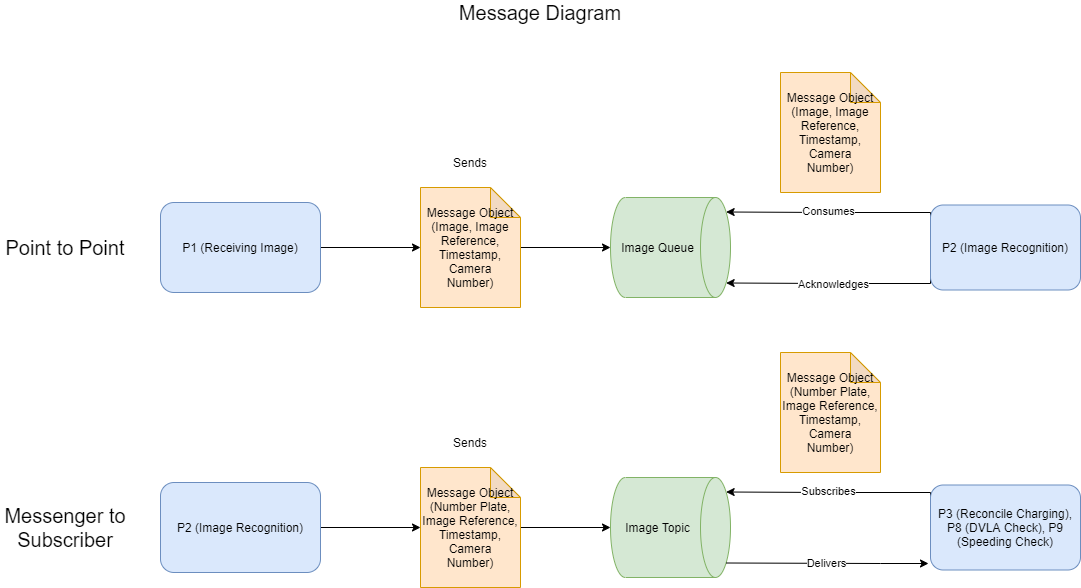
gallenc/solent6Public keeps this draw.io diagram as teamFolders/team2/Documentation/P2 Basic Flow Diagram-Message Diagram.png. Above is the earlier version. Source tidied: cells renumbered, new cells last; positions are measured from the earlier drawing's top-left corner, leaving out a move shared by most shapes.
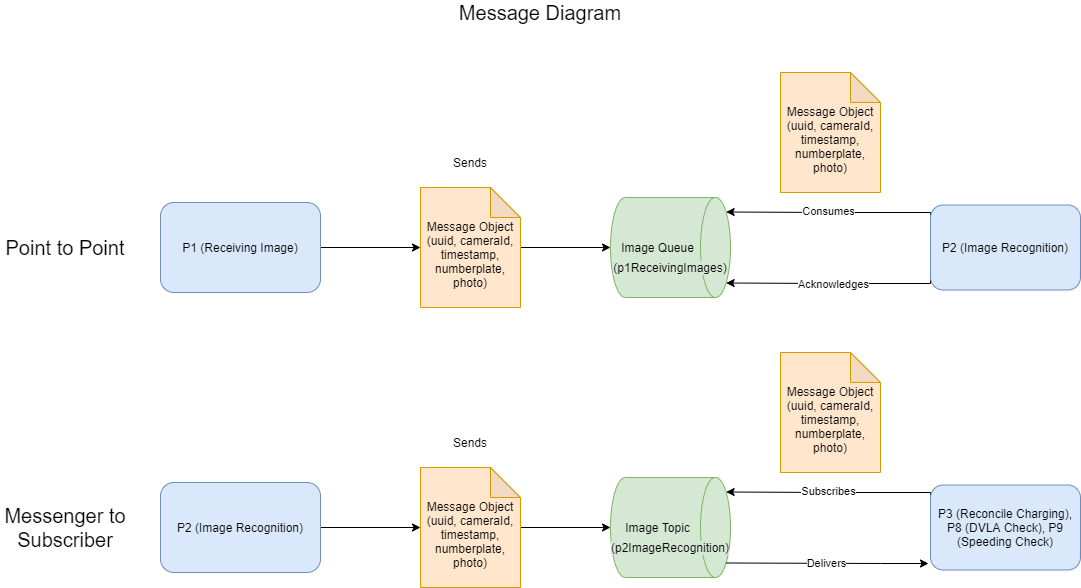
After the commit.

Commit message:
Updated diagrams and agreements.

What changed in the source:
```diff
@@ -14,13 +14,13 @@
     <mxCell id="5" style="edgeStyle=orthogonalEdgeStyle;rounded=0;jettySize=auto;html=1;" parent="1" edge="1" source="6" target="4">
       <mxGeometry relative="1" as="geometry" />
     </mxCell>
-    <mxCell id="6" value="&lt;span&gt;Message Object&lt;/span&gt;&lt;br&gt;&lt;span&gt;(Image, Image Reference, Timestamp, Camera&lt;/span&gt;&lt;br&gt;&lt;span&gt;Number)&lt;/span&gt;" style="shape=note;whiteSpace=wrap;html=1;backgroundOutline=1;darkOpacity=0.05;fillColor=#ffe6cc;strokeColor=#d79b00;" parent="1" vertex="1">
+    <mxCell id="6" value="&lt;span&gt;&lt;br&gt;Message Object&lt;/span&gt;&lt;br&gt;&lt;span&gt;(uuid, cameraId, timestamp, numberplate, photo&lt;/span&gt;&lt;span&gt;)&lt;/span&gt;" style="shape=note;whiteSpace=wrap;html=1;backgroundOutline=1;darkOpacity=0.05;fillColor=#ffe6cc;strokeColor=#d79b00;" parent="1" vertex="1">
       <mxGeometry x="420" y="185" width="100" height="120" as="geometry" />
     </mxCell>
     <mxCell id="7" value="Sends" style="text;html=1;strokeColor=none;fillColor=none;align=center;verticalAlign=middle;whiteSpace=wrap;rounded=0;" parent="1" vertex="1">
       <mxGeometry x="450" y="150" width="40" height="20" as="geometry" />
     </mxCell>
-    <mxCell id="8" value="&lt;span&gt;Message Object&lt;/span&gt;&lt;br&gt;&lt;span&gt;(Image, Image Reference, Timestamp, Camera&lt;/span&gt;&lt;br&gt;&lt;span&gt;Number)&lt;/span&gt;" style="shape=note;whiteSpace=wrap;html=1;backgroundOutline=1;darkOpacity=0.05;fillColor=#ffe6cc;strokeColor=#d79b00;" parent="1" vertex="1">
+    <mxCell id="8" value="&lt;br&gt;Message Object&lt;br&gt;(uuid, cameraId, timestamp, numberplate, photo)" style="shape=note;whiteSpace=wrap;html=1;backgroundOutline=1;darkOpacity=0.05;fillColor=#ffe6cc;strokeColor=#d79b00;" parent="1" vertex="1">
       <mxGeometry x="780" y="70" width="100" height="120" as="geometry" />
     </mxCell>
     <mxCell id="9" style="edgeStyle=orthogonalEdgeStyle;rounded=0;jettySize=auto;html=1;exitX=0;exitY=0.25;exitDx=0;exitDy=0;entryX=0.145;entryY=0;entryDx=0;entryDy=4.35;entryPerimeter=0;" parent="1" edge="1" source="13" target="4">
@@ -60,13 +60,13 @@
     <mxCell id="17" style="edgeStyle=orthogonalEdgeStyle;rounded=0;jettySize=auto;html=1;" parent="1" edge="1" source="18" target="16">
       <mxGeometry relative="1" as="geometry" />
     </mxCell>
-    <mxCell id="18" value="&lt;span&gt;Message Object&lt;/span&gt;&lt;br&gt;&lt;span&gt;(Number Plate, Image Reference, Timestamp, Camera&lt;/span&gt;&lt;br&gt;&lt;span&gt;Number)&lt;/span&gt;" style="shape=note;whiteSpace=wrap;html=1;backgroundOutline=1;darkOpacity=0.05;fillColor=#ffe6cc;strokeColor=#d79b00;" parent="1" vertex="1">
+    <mxCell id="18" value="&lt;br&gt;Message Object&lt;br&gt;(uuid, cameraId, timestamp, numberplate, photo)" style="shape=note;whiteSpace=wrap;html=1;backgroundOutline=1;darkOpacity=0.05;fillColor=#ffe6cc;strokeColor=#d79b00;" parent="1" vertex="1">
       <mxGeometry x="420" y="465" width="100" height="120" as="geometry" />
     </mxCell>
     <mxCell id="19" value="Sends" style="text;html=1;strokeColor=none;fillColor=none;align=center;verticalAlign=middle;whiteSpace=wrap;rounded=0;" parent="1" vertex="1">
       <mxGeometry x="450" y="430" width="40" height="20" as="geometry" />
     </mxCell>
-    <mxCell id="20" value="&lt;span&gt;Message Object&lt;/span&gt;&lt;br&gt;&lt;span&gt;(Number Plate, Image Reference, Timestamp, Camera&lt;/span&gt;&lt;br&gt;&lt;span&gt;Number)&lt;/span&gt;" style="shape=note;whiteSpace=wrap;html=1;backgroundOutline=1;darkOpacity=0.05;fillColor=#ffe6cc;strokeColor=#d79b00;" parent="1" vertex="1">
+    <mxCell id="20" value="&lt;br&gt;Message Object&lt;br&gt;(uuid, cameraId, timestamp, numberplate, photo)" style="shape=note;whiteSpace=wrap;html=1;backgroundOutline=1;darkOpacity=0.05;fillColor=#ffe6cc;strokeColor=#d79b00;" parent="1" vertex="1">
       <mxGeometry x="780" y="350" width="100" height="120" as="geometry" />
     </mxCell>
     <mxCell id="21" style="edgeStyle=orthogonalEdgeStyle;rounded=0;jettySize=auto;html=1;exitX=0;exitY=0.25;exitDx=0;exitDy=0;entryX=0.145;entryY=0;entryDx=0;entryDy=4.35;entryPerimeter=0;" parent="1" edge="1" source="25" target="16">
@@ -103,5 +103,11 @@
     <mxCell id="28" value="&lt;font style=&quot;font-size: 20px&quot;&gt;Message Diagram&lt;/font&gt;" style="text;html=1;strokeColor=none;fillColor=none;align=center;verticalAlign=middle;whiteSpace=wrap;rounded=0;" parent="1" vertex="1">
       <mxGeometry x="425" width="230" height="20" as="geometry" />
     </mxCell>
+    <mxCell id="29" value="&lt;span style=&quot;background-color: rgb(213 , 232 , 212)&quot;&gt;(p1ReceivingImages)&lt;/span&gt;" style="text;html=1;strokeColor=none;fillColor=none;align=center;verticalAlign=middle;whiteSpace=wrap;rounded=0;" parent="1" vertex="1">
+      <mxGeometry x="650" y="255" width="40" height="20" as="geometry" />
+    </mxCell>
+    <mxCell id="30" value="&lt;span style=&quot;background-color: rgb(213 , 232 , 212)&quot;&gt;(p2ImageRecognition)&lt;/span&gt;" style="text;html=1;strokeColor=none;fillColor=none;align=center;verticalAlign=middle;whiteSpace=wrap;rounded=0;" parent="1" vertex="1">
+      <mxGeometry x="650" y="535" width="40" height="20" as="geometry" />
+    </mxCell>
   </root>
 </mxGraphModel>
```
